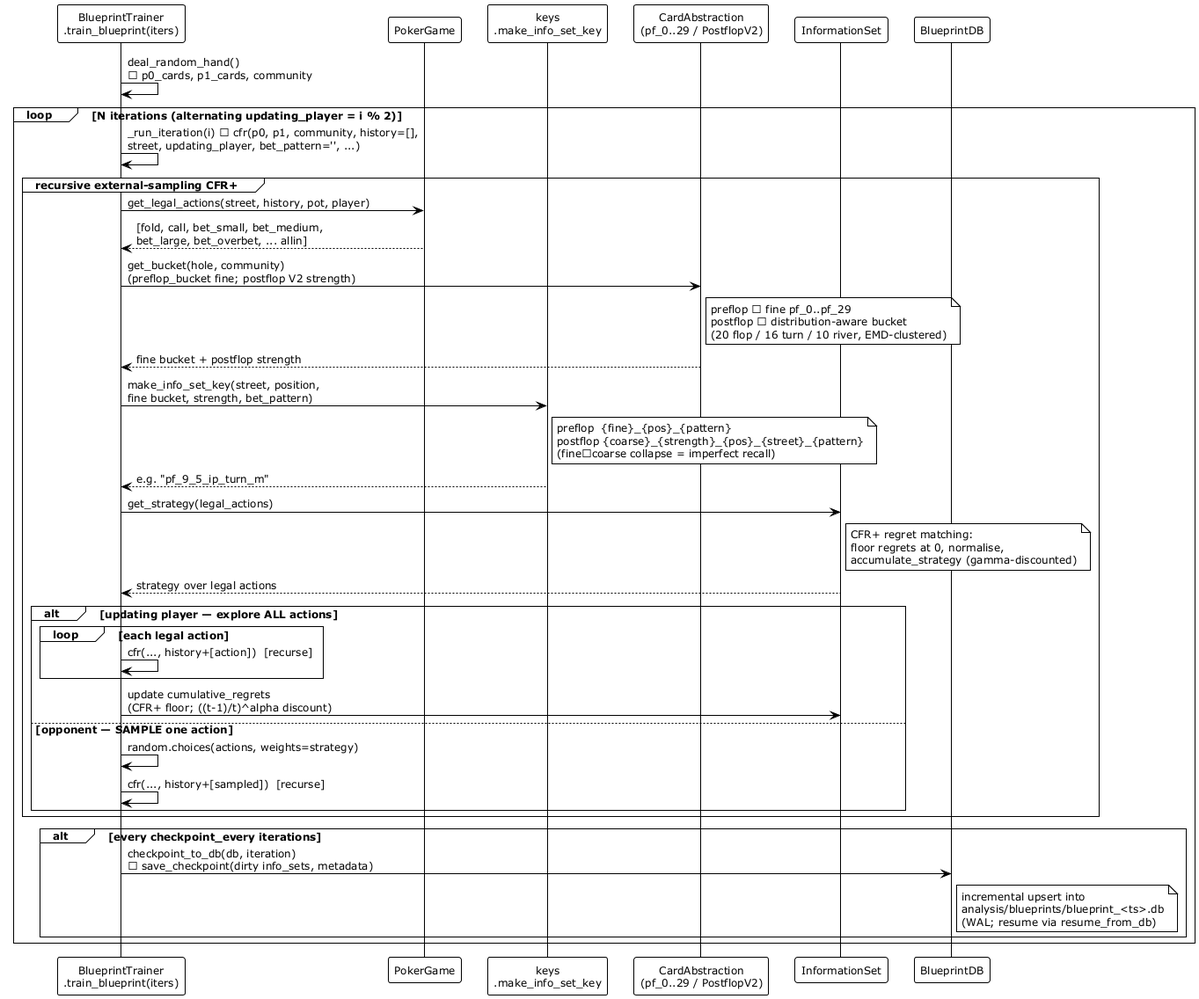
The PlantUML diagram docs/diagrams/images/training_sequence.png in jianrontan/AllIn, before a commit.
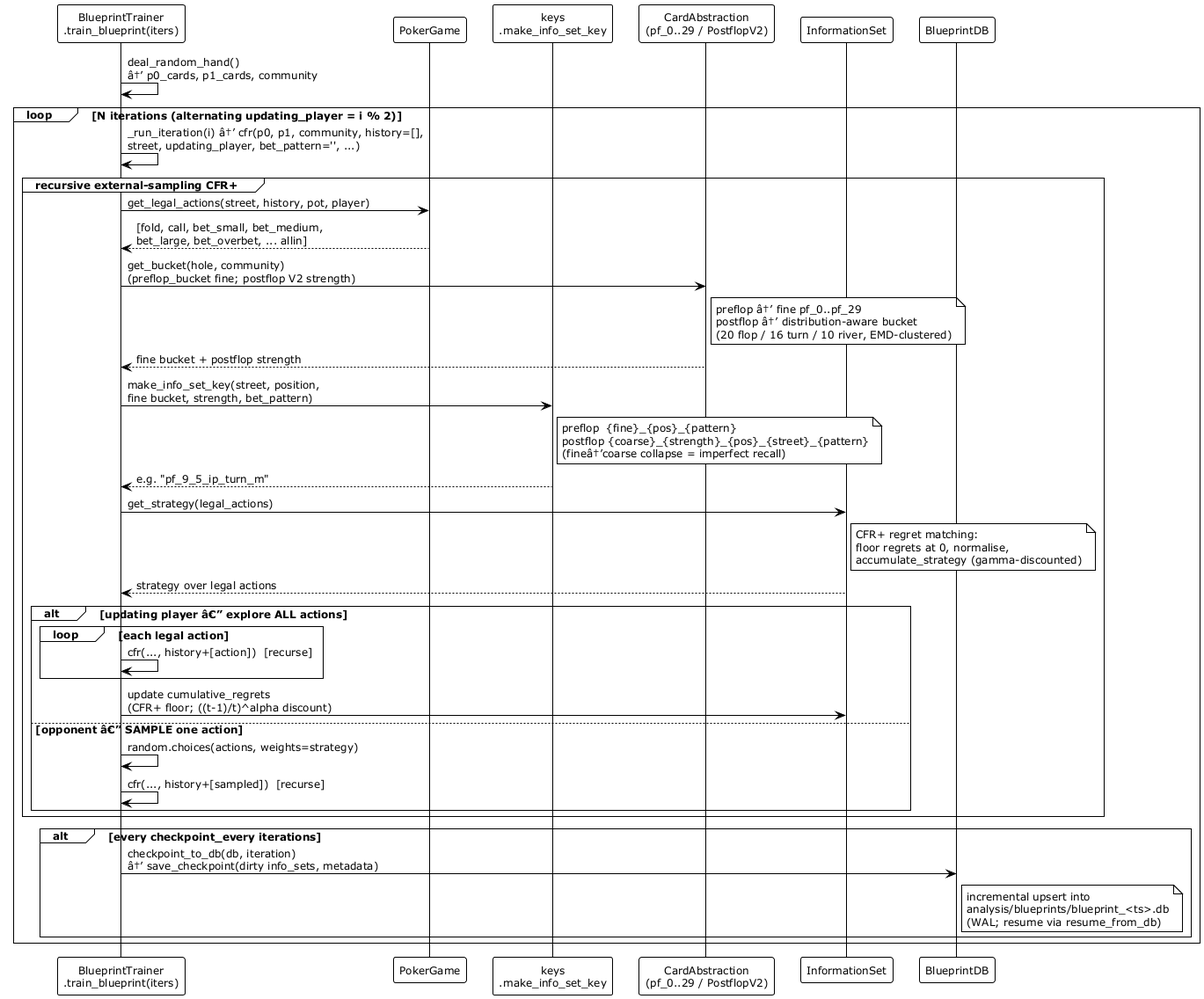
After the commit.

The edit, as a diff of the source:
```diff
@@ -10,40 +10,40 @@
 participant "InformationSet" as IS
 participant "BlueprintDB" as DB
 
-BT -> BT: deal_random_hand()\n→ p0_cards, p1_cards, community
+BT -> BT: deal_random_hand()\nâ†’ p0_cards, p1_cards, community
 
 loop N iterations (alternating updating_player = i % 2)
-  BT -> BT: _run_iteration(i) → cfr(p0, p1, community, history=[],\nstreet, updating_player, bet_pattern='', ...)
+  BT -> BT: _run_iteration(i) â†’ cfr(p0, p1, community, history=[],\nstreet, updating_player, bet_pattern='', ...)
 
   group recursive external-sampling CFR+
     BT -> PG: get_legal_actions(street, history, pot, player)
     PG --> BT: [fold, call, bet_small, bet_medium,\nbet_large, bet_overbet, ... allin]
 
     BT -> CA: get_bucket(hole, community)\n(preflop_bucket fine; postflop V2 strength)
-    note right of CA: preflop → fine pf_0..pf_29\npostflop → distribution-aware bucket\n(20 flop / 16 turn / 10 river, EMD-clustered)
+    note right of CA: preflop â†’ fine pf_0..pf_29\npostflop â†’ distribution-aware bucket\n(20 flop / 16 turn / 10 river, EMD-clustered)
     CA --> BT: fine bucket + postflop strength
 
     BT -> KEYS: make_info_set_key(street, position,\nfine bucket, strength, bet_pattern)
-    note right of KEYS: preflop  {fine}_{pos}_{pattern}\npostflop {coarse}_{strength}_{pos}_{street}_{pattern}\n(fine→coarse collapse = imperfect recall)
+    note right of KEYS: preflop  {fine}_{pos}_{pattern}\npostflop {coarse}_{strength}_{pos}_{street}_{pattern}\n(fineâ†’coarse collapse = imperfect recall)
     KEYS --> BT: e.g. "pf_9_5_ip_turn_m"
 
     BT -> IS: get_strategy(legal_actions)
     note right of IS: CFR+ regret matching:\nfloor regrets at 0, normalise,\naccumulate_strategy (gamma-discounted)
     IS --> BT: strategy over legal actions
 
-    alt updating player — explore ALL actions
+    alt updating player â€” explore ALL actions
       loop each legal action
         BT -> BT: cfr(..., history+[action])  [recurse]
       end
       BT -> IS: update cumulative_regrets\n(CFR+ floor; ((t-1)/t)^alpha discount)
-    else opponent — SAMPLE one action
+    else opponent â€” SAMPLE one action
       BT -> BT: random.choices(actions, weights=strategy)
       BT -> BT: cfr(..., history+[sampled])  [recurse]
     end
   end
 
   alt every checkpoint_every iterations
-    BT -> DB: checkpoint_to_db(db, iteration)\n→ save_checkpoint(dirty info_sets, metadata)
+    BT -> DB: checkpoint_to_db(db, iteration)\nâ†’ save_checkpoint(dirty info_sets, metadata)
     note right of DB: incremental upsert into\nanalysis/blueprints/blueprint_<ts>.db\n(WAL; resume via resume_from_db)
   end
 end
```
